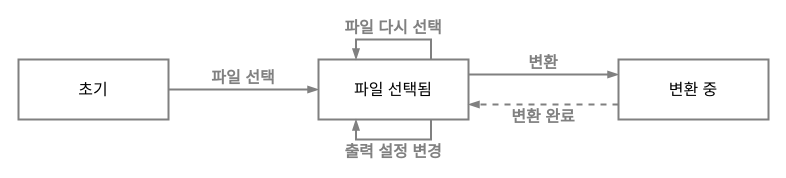
Above: page "end-user" (1 of 3) of doc/diagrams.drawio in yejunian/gencg-exported-image-group (draw.io), before the change. Source tidied: cells renumbered, new cells numbered last; positions are measured from the earlier drawing's top-left corner, leaving out a move shared by most shapes. Both pictures are drawn from the tidied source at 100%, with x=0, y=0 at pixel (18, 17).
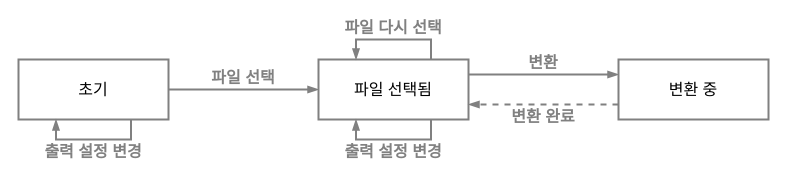
Above is the later version.

Change to the diagram source:
```diff
@@
 <mxGraphModel>
   <root>
     <mxCell id="0" />
     <mxCell id="1" parent="0" />
     <mxCell id="2" style="edgeStyle=orthogonalEdgeStyle;rounded=0;jettySize=auto;html=1;exitX=1;exitY=0.5;exitDx=0;exitDy=0;entryX=0;entryY=0.5;entryDx=0;entryDy=0;fontSize=16;strokeColor=#808080;fontFamily=Pretendard;strokeWidth=2;endArrow=blockThin;endFill=1;" parent="1" edge="1" source="3" target="5">
       <mxGeometry relative="1" as="geometry" />
     </mxCell>
     <mxCell id="3" value="초기" style="rounded=0;whiteSpace=wrap;html=1;fontFamily=Pretendard;fontSize=16;fontStyle=0;glass=0;shadow=0;backgroundOutline=0;strokeColor=#808080;strokeWidth=2;" parent="1" vertex="1">
       <mxGeometry y="42" width="150" height="60" as="geometry" />
     </mxCell>
     <mxCell id="4" style="edgeStyle=orthogonalEdgeStyle;rounded=0;jettySize=auto;html=1;exitX=1;exitY=0.25;exitDx=0;exitDy=0;entryX=0;entryY=0.25;entryDx=0;entryDy=0;fontSize=16;strokeColor=#808080;fontFamily=Pretendard;strokeWidth=2;endArrow=blockThin;endFill=1;" parent="1" edge="1" source="5" target="7">
       <mxGeometry relative="1" as="geometry" />
     </mxCell>
     <mxCell id="5" value="파일 선택됨" style="rounded=0;whiteSpace=wrap;html=1;fontFamily=Pretendard;fontSize=16;fontStyle=0;glass=0;shadow=0;backgroundOutline=0;strokeColor=#808080;strokeWidth=2;" parent="1" vertex="1">
       <mxGeometry x="300" y="42" width="150" height="60" as="geometry" />
     </mxCell>
     <mxCell id="6" style="edgeStyle=orthogonalEdgeStyle;rounded=0;jettySize=auto;html=1;exitX=0;exitY=0.75;exitDx=0;exitDy=0;entryX=1;entryY=0.75;entryDx=0;entryDy=0;fontSize=16;dashed=1;strokeColor=#808080;fontFamily=Pretendard;strokeWidth=2;endArrow=blockThin;endFill=1;" parent="1" edge="1" source="7" target="5">
       <mxGeometry relative="1" as="geometry" />
     </mxCell>
     <mxCell id="7" value="변환 중" style="rounded=0;whiteSpace=wrap;html=1;fontFamily=Pretendard;fontSize=16;fontStyle=0;glass=0;shadow=0;backgroundOutline=0;strokeColor=#808080;strokeWidth=2;" parent="1" vertex="1">
       <mxGeometry x="600" y="42" width="150" height="60" as="geometry" />
     </mxCell>
     <mxCell id="8" value="파일 선택" style="text;html=1;align=center;verticalAlign=middle;whiteSpace=wrap;rounded=0;fontSize=16;fontFamily=Pretendard;fillColor=none;labelBorderColor=none;labelBackgroundColor=none;spacing=2;fontStyle=1;fontColor=#808080;" parent="1" vertex="1">
       <mxGeometry x="155" y="50" width="140" height="20" as="geometry" />
     </mxCell>
     <mxCell id="9" value="변환" style="text;html=1;align=center;verticalAlign=middle;whiteSpace=wrap;rounded=0;fontSize=16;fontFamily=Pretendard;fillColor=none;labelBorderColor=none;labelBackgroundColor=none;spacing=2;fontStyle=1;fontColor=#808080;" parent="1" vertex="1">
       <mxGeometry x="455" y="35" width="140" height="20" as="geometry" />
     </mxCell>
     <mxCell id="10" value="변환 완료" style="text;html=1;align=center;verticalAlign=middle;whiteSpace=wrap;rounded=0;fontSize=16;fontFamily=Pretendard;fillColor=none;labelBorderColor=none;labelBackgroundColor=none;spacing=2;fontStyle=1;fontColor=#808080;" parent="1" vertex="1">
       <mxGeometry x="455" y="89" width="140" height="20" as="geometry" />
     </mxCell>
     <mxCell id="11" style="edgeStyle=orthogonalEdgeStyle;rounded=0;orthogonalLoop=1;jettySize=auto;html=1;exitX=0.75;exitY=1;exitDx=0;exitDy=0;entryX=0.25;entryY=1;entryDx=0;entryDy=0;fontFamily=Pretendard;fontSize=16;strokeColor=#808080;strokeWidth=2;endArrow=blockThin;endFill=1;" parent="1" edge="1" source="5" target="5">
       <mxGeometry relative="1" as="geometry" />
     </mxCell>
     <mxCell id="12" value="출력 설정 변경" style="text;html=1;align=center;verticalAlign=middle;whiteSpace=wrap;rounded=0;fontSize=16;fontFamily=Pretendard;fillColor=none;labelBorderColor=none;labelBackgroundColor=none;spacing=2;fontStyle=1;fontColor=#808080;" parent="1" vertex="1">
       <mxGeometry x="305" y="124" width="140" height="20" as="geometry" />
     </mxCell>
     <mxCell id="13" style="edgeStyle=orthogonalEdgeStyle;rounded=0;orthogonalLoop=1;jettySize=auto;html=1;exitX=0.75;exitY=0;exitDx=0;exitDy=0;entryX=0.25;entryY=0;entryDx=0;entryDy=0;fontFamily=Pretendard;fontSize=16;endArrow=blockThin;endFill=1;strokeColor=#808080;strokeWidth=2;" parent="1" edge="1" source="5" target="5">
       <mxGeometry relative="1" as="geometry">
         <Array as="points">
           <mxPoint x="413" y="22" />
           <mxPoint x="338" y="22" />
         </Array>
       </mxGeometry>
     </mxCell>
     <mxCell id="14" value="파일 다시 선택" style="text;html=1;align=center;verticalAlign=middle;whiteSpace=wrap;rounded=0;fontSize=16;fontFamily=Pretendard;fillColor=none;labelBorderColor=none;labelBackgroundColor=none;spacing=2;fontStyle=1;fontColor=#808080;" parent="1" vertex="1">
       <mxGeometry x="305" width="140" height="20" as="geometry" />
     </mxCell>
+    <mxCell id="15" value="출력 설정 변경" style="text;html=1;align=center;verticalAlign=middle;whiteSpace=wrap;rounded=0;fontSize=16;fontFamily=Pretendard;fillColor=none;labelBorderColor=none;labelBackgroundColor=none;spacing=2;fontStyle=1;fontColor=#808080;" parent="1" vertex="1">
+      <mxGeometry x="5" y="124" width="140" height="20" as="geometry" />
+    </mxCell>
+    <mxCell id="16" style="edgeStyle=orthogonalEdgeStyle;rounded=0;orthogonalLoop=1;jettySize=auto;html=1;exitX=0.75;exitY=1;exitDx=0;exitDy=0;entryX=0.25;entryY=1;entryDx=0;entryDy=0;fontFamily=Pretendard;fontSize=16;endArrow=blockThin;endFill=1;strokeColor=#808080;strokeWidth=2;" parent="1" edge="1" source="3" target="3">
+      <mxGeometry relative="1" as="geometry" />
+    </mxCell>
   </root>
 </mxGraphModel>
```
